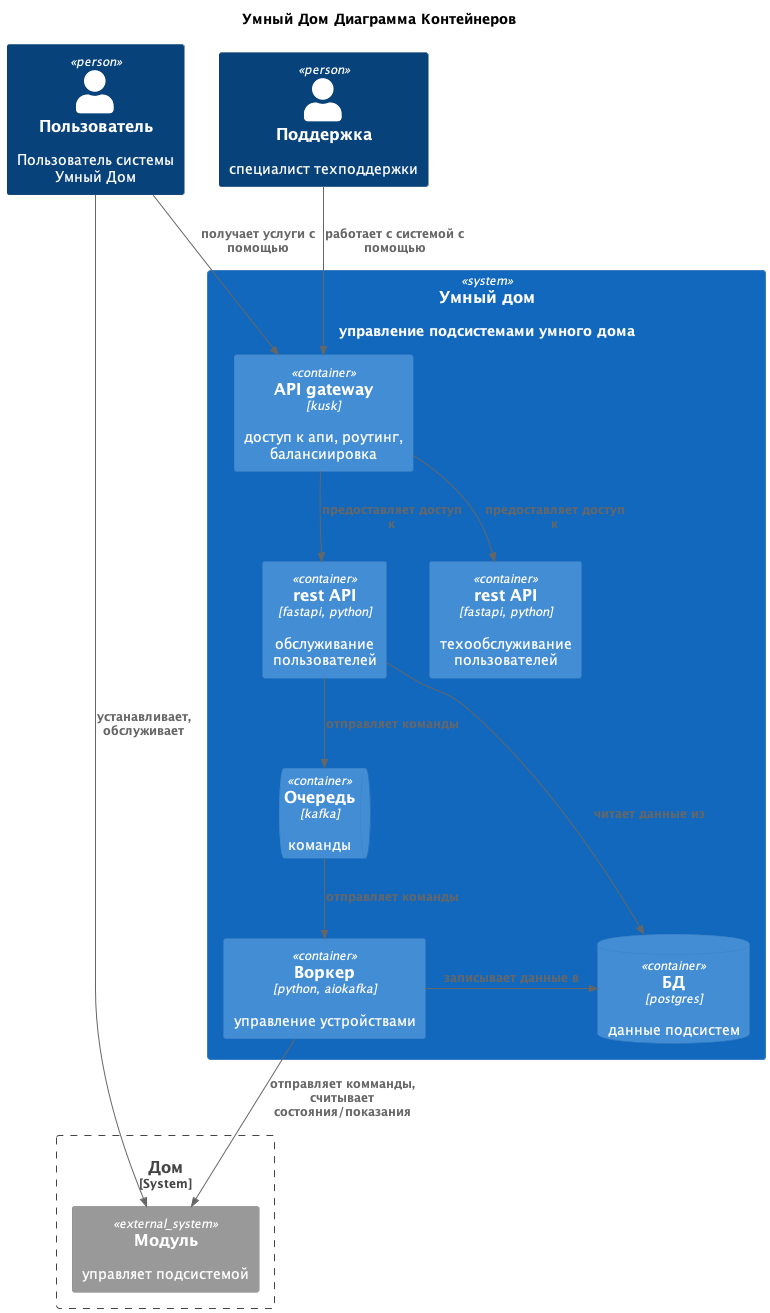
Above: diagrams/out/smart-home-microservices/Container.png in demon-mhm/architecture-sprint-3 (PlantUML), before the change. The source it was exported from:
```plantuml
@startuml

title Умный Дом Диаграмма Контейнеров
!include <C4/C4_Container>

Person(user, "Пользователь", "Пользователь системы Умный Дом")
Person(employee, "Поддержка", "специалист техподдержки")

System(Server, "Умный дом", "управление подсистемaми умного дома") {
    Container(apigateway, "API gateway", "kusk", "доступ к апи, роутинг, балансиировка")
    Container(api, "rest API", "fastapi, python", "обслуживание пользователей")
    Container(helpdesk, "rest API", "fastapi, python", "техообслуживание пользователей")
    ContainerQueue(queue, "Очередь", "kafka", "команды")
    ContainerDb(db, "БД", "postgres", "данные подсистем")
    Container(worker, "Воркер", "python, aiokafka", "управление устройствами")
    Rel_Down(api, queue, "отправляет команды")
    Rel_Down(queue, worker, "отправляет команды")
    Rel_Right(api, db, "читает данные из")
    Rel_Right(worker, db, "записывает данные в")
}
System_Boundary(House, "Дом") {
    System_Ext(module, "Модуль", "управляет подсистемой")
}

Rel(user, apigateway, "получает услуги с помощью")
Rel(employee, apigateway, "работает с системой с помощью")
Rel(apigateway, helpdesk, "предоставляет доступ к")
Rel(apigateway, api, "предоставляет доступ к")
Rel(worker, module, "отправляет комманды, считывает состояния/показания")
Rel(user, module, "устанавливает, обслуживает")

@enduml
```
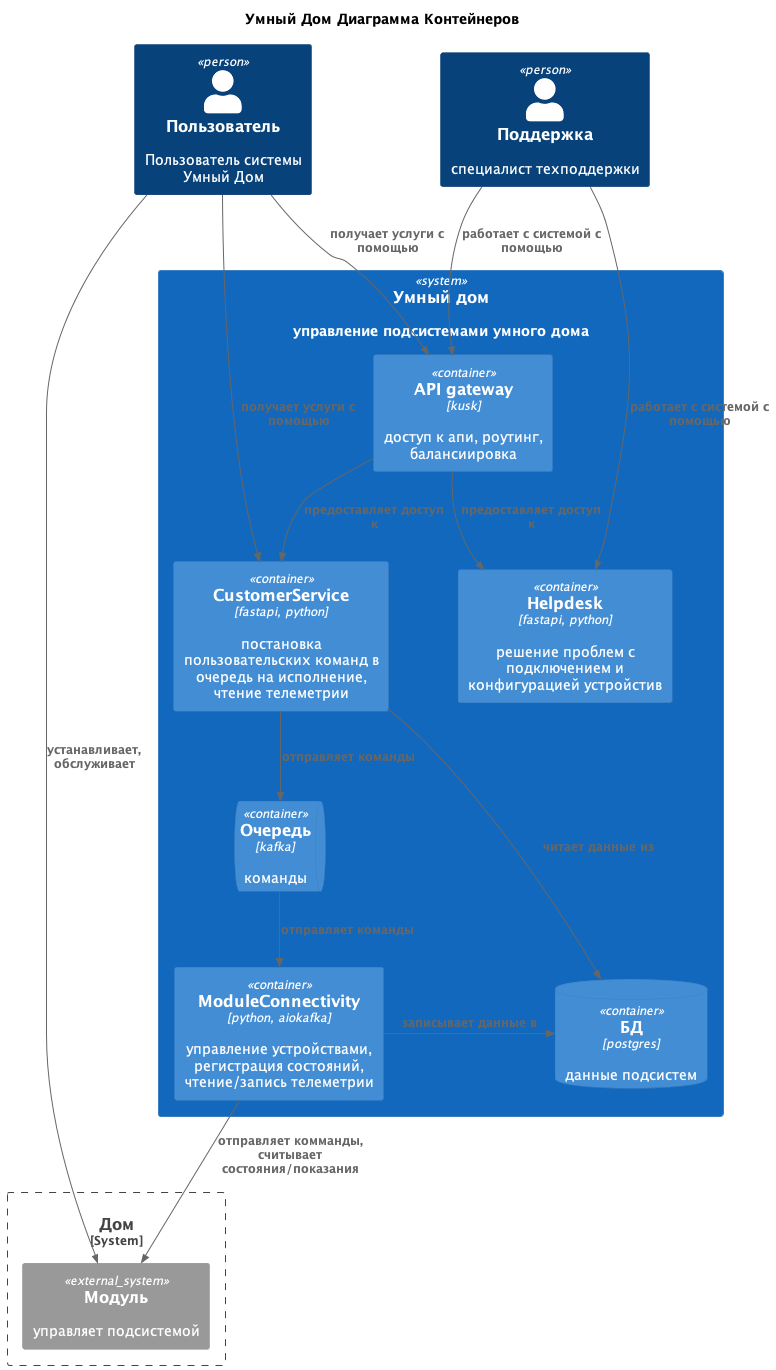
After the commit.

What changed in the source:
```diff
@@ -8,11 +8,11 @@
 
 System(Server, "Умный дом", "управление подсистемaми умного дома") {
     Container(apigateway, "API gateway", "kusk", "доступ к апи, роутинг, балансиировка")
-    Container(api, "rest API", "fastapi, python", "обслуживание пользователей")
-    Container(helpdesk, "rest API", "fastapi, python", "техообслуживание пользователей")
+    Container(api, "CustomerService", "fastapi, python", "постановка пользовательских команд в очередь на исполнение, чтение телеметрии")
+    Container(helpdesk, "Helpdesk", "fastapi, python", "решение проблем с подключением и конфигурацией устройстив")
     ContainerQueue(queue, "Очередь", "kafka", "команды")
     ContainerDb(db, "БД", "postgres", "данные подсистем")
-    Container(worker, "Воркер", "python, aiokafka", "управление устройствами")
+    Container(worker, "ModuleConnectivity", "python, aiokafka", "управление устройствами, регистрация состояний, чтение/запись телеметрии")
     Rel_Down(api, queue, "отправляет команды")
     Rel_Down(queue, worker, "отправляет команды")
     Rel_Right(api, db, "читает данные из")
@@ -23,7 +23,9 @@
 }
 
 Rel(user, apigateway, "получает услуги с помощью")
+Rel(user, api, "получает услуги с помощью")
 Rel(employee, apigateway, "работает с системой с помощью")
+Rel(employee, helpdesk, "работает с системой с помощью")
 Rel(apigateway, helpdesk, "предоставляет доступ к")
 Rel(apigateway, api, "предоставляет доступ к")
 Rel(worker, module, "отправляет комманды, считывает состояния/показания")
```
